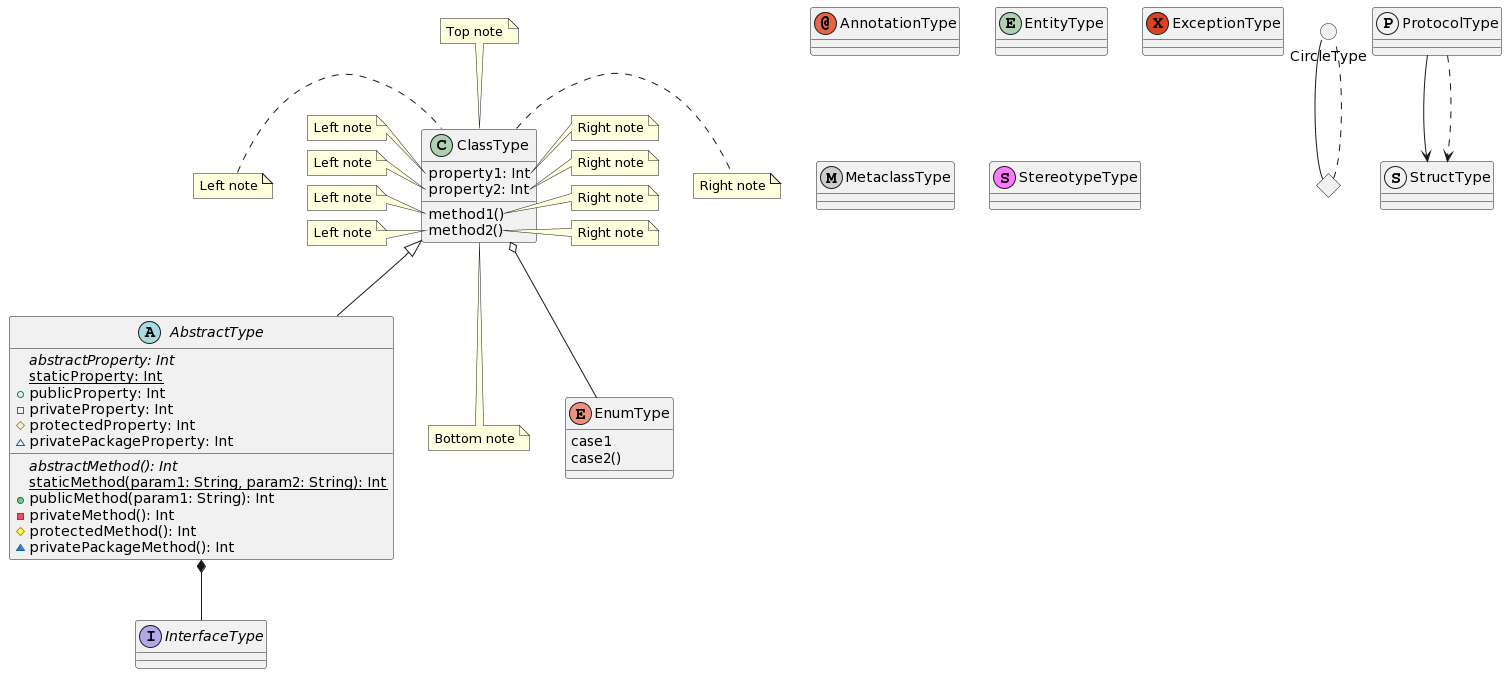
Before: images/ClassDiagram.png, a diagram exported from PlantUML (pavelannin/kotlin-dsl-plantuml). Its diagram source:
```plantuml
@startuml
abstract class AbstractType {
{abstract} {field} abstractProperty: Int
{static} {field} staticProperty: Int
+ {field} publicProperty: Int
- {field} privateProperty: Int
# {field} protectedProperty: Int
~ {field} privatePackageProperty: Int
{abstract} {method} abstractMethod(): Int
{static} {method} staticMethod(param1: String, param2: String): Int
+ {method} publicMethod(param1: String): Int
- {method} privateMethod(): Int
# {method} protectedMethod(): Int
~ {method} privatePackageMethod(): Int
}


annotation AnnotationType


circle CircleType


class ClassType {
{field} property1: Int
{field} property2: Int
{method} method1()
{method} method2()
}

note left of ClassType
Left note
end note

note right of ClassType
Right note
end note

note top of ClassType
Top note
end note

note bottom of ClassType
Bottom note
end note

note left of ClassType::property1
Left note
end note

note right of ClassType::property1
Right note
end note

note left of ClassType::property2
Left note
end note

note right of ClassType::property2
Right note
end note

note left of ClassType::method1
Left note
end note

note right of ClassType::method1
Right note
end note

note left of ClassType::method2
Left note
end note

note right of ClassType::method2
Right note
end note


diamond DiamondType


entity EntityType


enum EnumType {
{field} case1
{field} case2()
}


exception ExceptionType


interface InterfaceType


metaclass MetaclassType


protocol ProtocolType


stereotype StereotypeType


struct StructType


ClassType <|-- AbstractType
ClassType o-- EnumType
AbstractType *-- InterfaceType
CircleType -- DiamondType
DiamondType .. CircleType
ProtocolType --> StructType
ProtocolType ..> StructType
@enduml
```
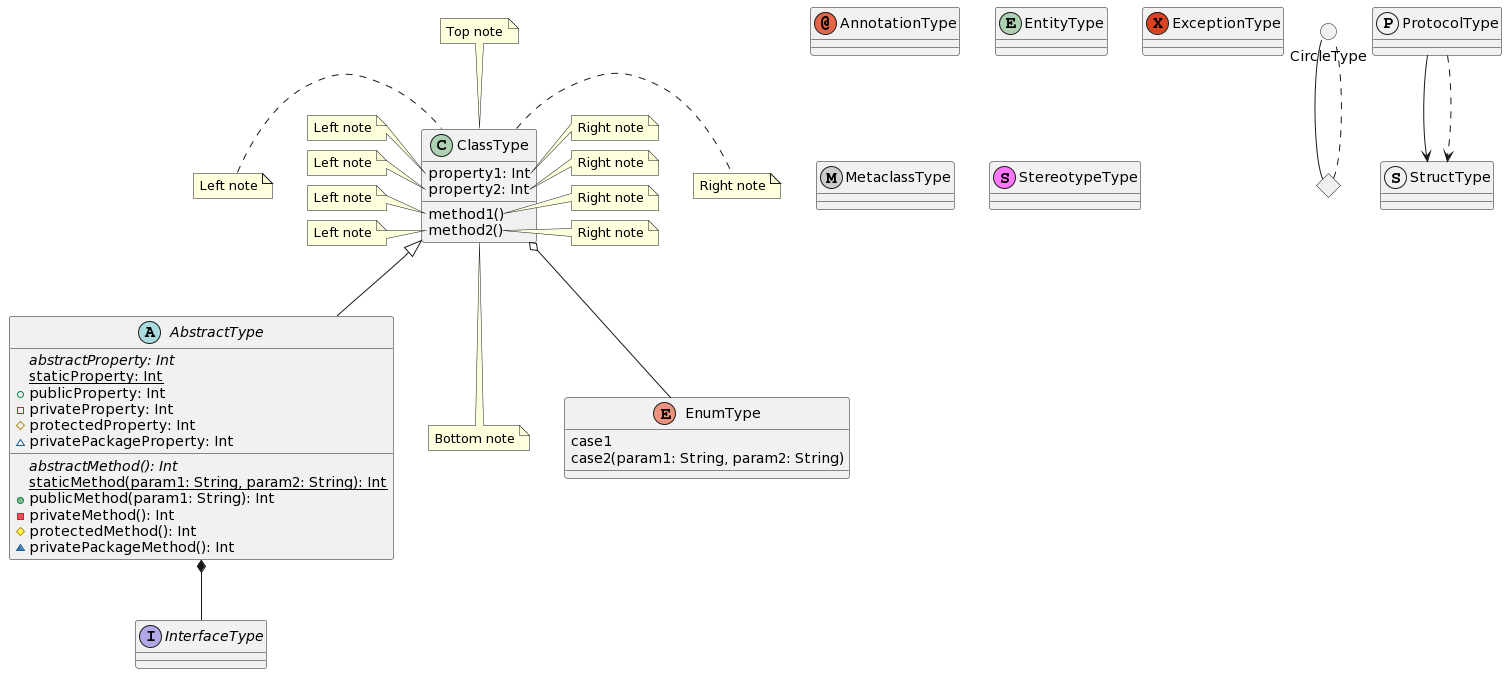
Above is the later version.

Diff of the diagram source:
```diff
@@ -14,12 +14,9 @@
 ~ {method} privatePackageMethod(): Int
 }
 
-
 annotation AnnotationType
 
-
 circle CircleType
-
 
 class ClassType {
 {field} property1: Int
@@ -76,36 +73,26 @@
 Right note
 end note
 
-
 diamond DiamondType
-
 
 entity EntityType
 
-
 enum EnumType {
 {field} case1
-{field} case2()
+{field} case2(param1: String, param2: String)
 }
-
 
 exception ExceptionType
 
-
 interface InterfaceType
-
 
 metaclass MetaclassType
 
-
 protocol ProtocolType
-
 
 stereotype StereotypeType
 
-
 struct StructType
-
 
 ClassType <|-- AbstractType
 ClassType o-- EnumType
```
